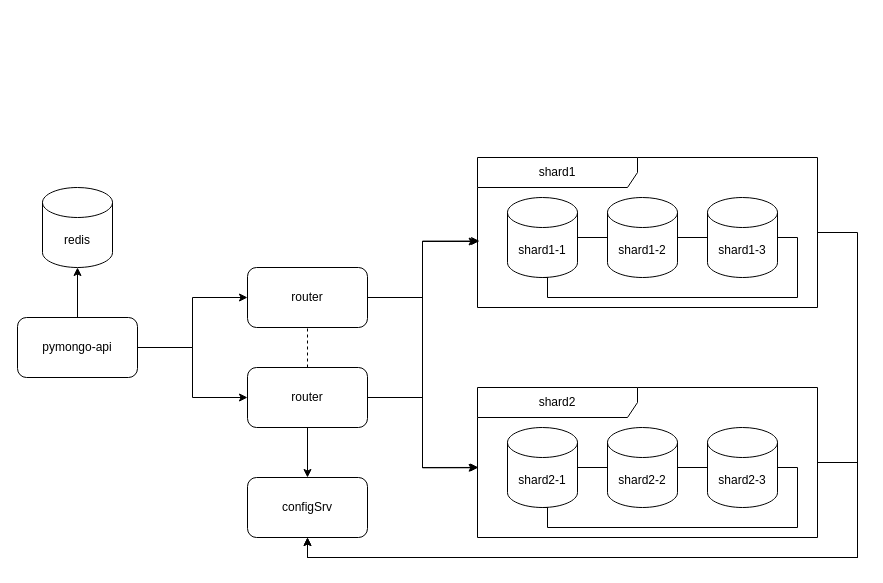
Earlier version of the draw.io diagram page "3step" (4 of 4) of task1.drawio (schnack/architecture-sprint-2). Source tidied: cells renumbered, new cells numbered last; positions are measured from the earlier drawing's top-left corner, leaving out a move shared by most shapes. Both pictures are drawn from the tidied source at 100%, with x=0, y=0 at pixel (17, 157).
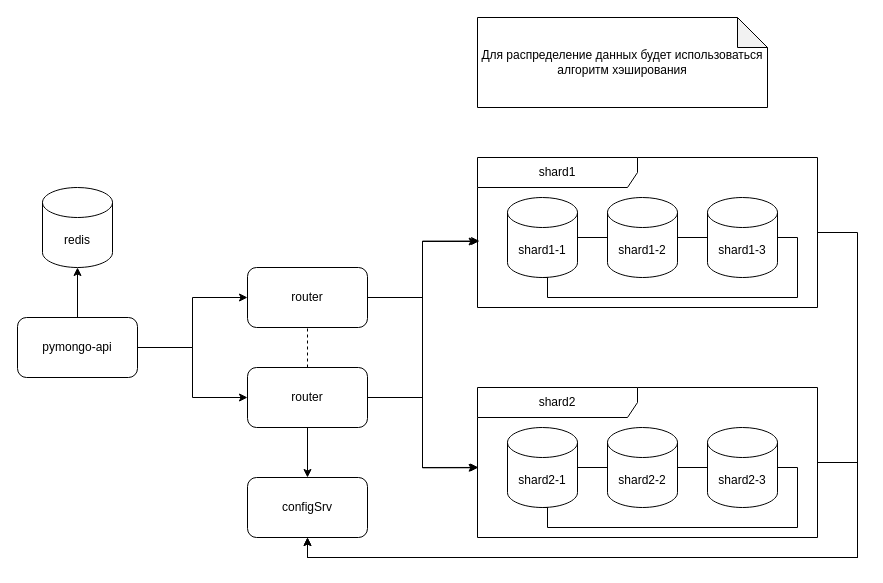
After the change.

What changed in the source:
```diff
@@
+    <mxCell id="32" value="Для распределение данных будет использоваться алгоритм хэширования" style="shape=note;whiteSpace=wrap;html=1;backgroundOutline=1;darkOpacity=0.05;" parent="1" vertex="1">
+      <mxGeometry x="460" y="-140" width="290" height="90" as="geometry" />
+    </mxCell>
```
